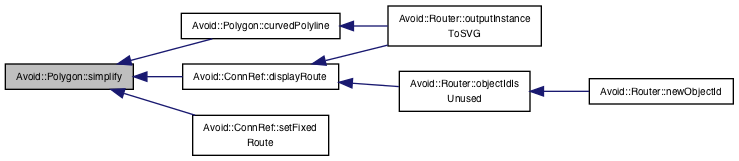
Earlier version of the Graphviz export documentation/classAvoid_1_1Polygon_a2d3a0deb96bbff214b7035e481f0f0e8_icgraph.png (mjwybrow/adaptagrams). Its source is kept beside it as documentation/classAvoid_1_1Polygon_a2d3a0deb96bbff214b7035e481f0f0e8_icgraph.dot.
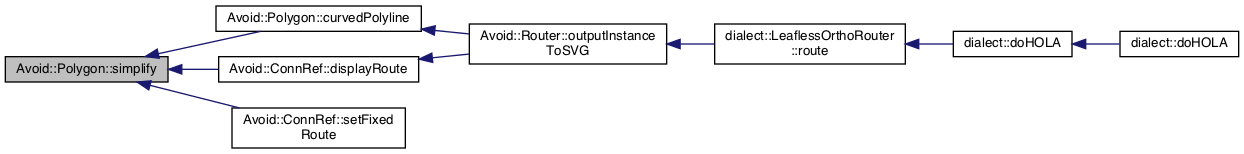
Above is the later version.

Change to the diagram source:
```diff
@@ -8,13 +8,15 @@
   Node29 [label="Avoid::Polygon::curvedPolyline",height=0.2,width=0.4,color="black", fillcolor="white", style="filled",URL="$classAvoid_1_1Polygon.html#a35ab2aa804cc40ae127e0641e254d268",tooltip="Returns a curved approximation of this multi-segment PolyLine, with the corners replaced by smooth Be..."];
   Node29 -> Node30 [dir="back",color="midnightblue",fontsize="10",style="solid",fontname="Helvetica"];
   Node30 [label="Avoid::Router::outputInstance\lToSVG",height=0.2,width=0.4,color="black", fillcolor="white", style="filled",URL="$classAvoid_1_1Router.html#a458aae2d6447e0958e4916a8c29bbb47",tooltip="Generates an SVG file containing debug output and code that can be used to regenerate the instance..."];
-  Node28 -> Node31 [dir="back",color="midnightblue",fontsize="10",style="solid",fontname="Helvetica"];
-  Node31 [label="Avoid::ConnRef::displayRoute",height=0.2,width=0.4,color="black", fillcolor="white", style="filled",URL="$classAvoid_1_1ConnRef.html#ab7462cd69bd1d2c4dd318119558b4a94",tooltip="Returns a reference to the current display version of the route for the connector. "];
+  Node30 -> Node31 [dir="back",color="midnightblue",fontsize="10",style="solid",fontname="Helvetica"];
+  Node31 [label="dialect::LeaflessOrthoRouter\l::route",height=0.2,width=0.4,color="black", fillcolor="white", style="filled",URL="$classdialect_1_1LeaflessOrthoRouter.html#af58e911020f19a144303fc01e5b8c35e",tooltip="Do the routing. "];
   Node31 -> Node32 [dir="back",color="midnightblue",fontsize="10",style="solid",fontname="Helvetica"];
-  Node32 [label="Avoid::Router::objectIdIs\lUnused",height=0.2,width=0.4,color="black", fillcolor="white", style="filled",URL="$classAvoid_1_1Router.html#a8f36729c98e13e57d2c56c0d1facf86c",tooltip="Returns whether or not the given ID is already used. "];
+  Node32 [label="dialect::doHOLA",height=0.2,width=0.4,color="black", fillcolor="white", style="filled",URL="$namespacedialect.html#a05ccc4c149e1b5902ec827bfabd3cf76",tooltip="Apply the HOLA layout algorithm to the given Graph. See Steve Kieffer, Tim Dwyer, Kim Marriott..."];
   Node32 -> Node33 [dir="back",color="midnightblue",fontsize="10",style="solid",fontname="Helvetica"];
-  Node33 [label="Avoid::Router::newObjectId",height=0.2,width=0.4,color="black", fillcolor="white", style="filled",URL="$classAvoid_1_1Router.html#a202c28fcb04f7af2183fe6849b4ce2f3",tooltip="Returns the object ID used for automatically generated objects, such as during hyperedge routing..."];
-  Node31 -> Node30 [dir="back",color="midnightblue",fontsize="10",style="solid",fontname="Helvetica"];
+  Node33 [label="dialect::doHOLA",height=0.2,width=0.4,color="black", fillcolor="white", style="filled",URL="$namespacedialect.html#a24766038e1a9ccd99997ea31c42b432a",tooltip="Convenience function to do HOLA layout with default options. "];
   Node28 -> Node34 [dir="back",color="midnightblue",fontsize="10",style="solid",fontname="Helvetica"];
-  Node34 [label="Avoid::ConnRef::setFixed\lRoute",height=0.2,width=0.4,color="black", fillcolor="white", style="filled",URL="$classAvoid_1_1ConnRef.html#a392eeffe4cdd76267b0d1bb654562382",tooltip="Sets a fixed user-specified route for this connector. "];
+  Node34 [label="Avoid::ConnRef::displayRoute",height=0.2,width=0.4,color="black", fillcolor="white", style="filled",URL="$classAvoid_1_1ConnRef.html#ab7462cd69bd1d2c4dd318119558b4a94",tooltip="Returns a reference to the current display version of the route for the connector. "];
+  Node34 -> Node30 [dir="back",color="midnightblue",fontsize="10",style="solid",fontname="Helvetica"];
+  Node28 -> Node35 [dir="back",color="midnightblue",fontsize="10",style="solid",fontname="Helvetica"];
+  Node35 [label="Avoid::ConnRef::setFixed\lRoute",height=0.2,width=0.4,color="black", fillcolor="white", style="filled",URL="$classAvoid_1_1ConnRef.html#a392eeffe4cdd76267b0d1bb654562382",tooltip="Sets a fixed user-specified route for this connector. "];
 }
```
